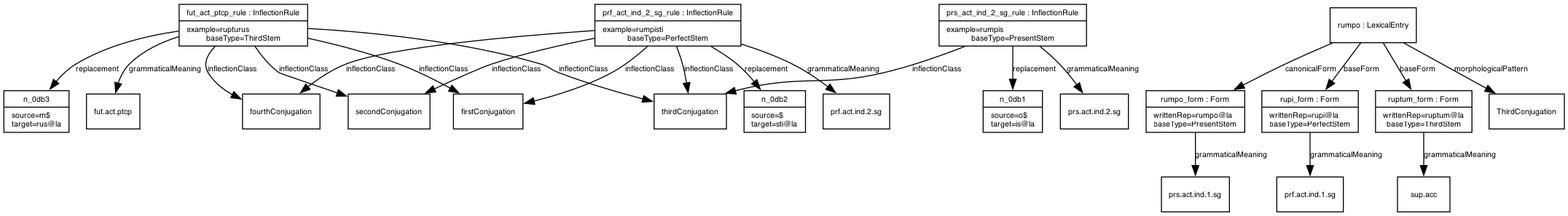
The Graphviz diagram examples/example_16.png in ontolex/morph, before a commit. Its source is kept beside it as examples/example_16.dot.
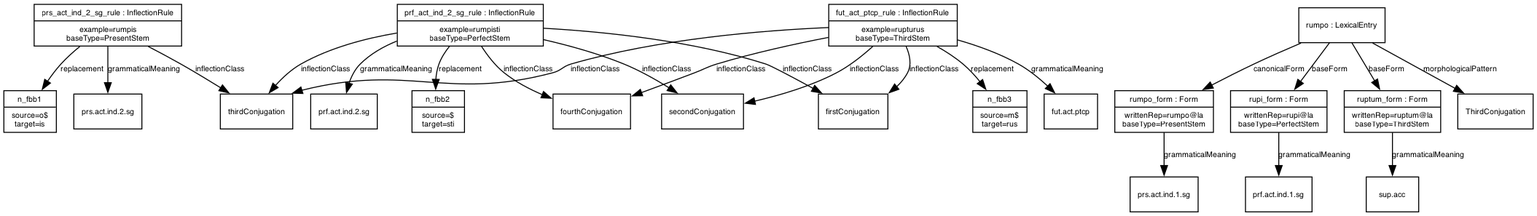
The same file after the commit.

Commit message:
Removed language tags from morph:source and morph:target in examples, added an explanation of that choice; removed an ambigious term "Tabular" to a morph:example definition. Fixes #61 and fixes #56

What changed in the source:
```diff
@@ -13,47 +13,47 @@
       fontsize = 8
     ]
 
-n_0db3 [ label="{n_0db3|source=m$\ltarget=rus@la}" ]
-fut_act_ptcp_rule -> n_0db3 [ label="replacement" ]
-firstConjugation [ label="{firstConjugation}" ]
-fut_act_ptcp_rule -> firstConjugation [ label="inflectionClass" ]
-secondConjugation [ label="{secondConjugation}" ]
-fut_act_ptcp_rule -> secondConjugation [ label="inflectionClass" ]
+n_fbb1 [ label="{n_fbb1|source=o$\ntarget=is}" ]
+prs_act_ind_2_sg_rule -> n_fbb1 [ label="replacement" ]
 thirdConjugation [ label="{thirdConjugation}" ]
-fut_act_ptcp_rule -> thirdConjugation [ label="inflectionClass" ]
-fourthConjugation [ label="{fourthConjugation}" ]
-fut_act_ptcp_rule -> fourthConjugation [ label="inflectionClass" ]
-futactptcp [ label="{fut.act.ptcp}" ]
-fut_act_ptcp_rule -> futactptcp [ label="grammaticalMeaning" ]
-fut_act_ptcp_rule [ label="{fut_act_ptcp_rule : InflectionRule|example=rupturus\lbaseType=ThirdStem}" ]
+prs_act_ind_2_sg_rule -> thirdConjugation [ label="inflectionClass" ]
+prsactind2sg [ label="{prs.act.ind.2.sg}" ]
+prs_act_ind_2_sg_rule -> prsactind2sg [ label="grammaticalMeaning" ]
+prs_act_ind_2_sg_rule [ label="{prs_act_ind_2_sg_rule : InflectionRule|example=rumpis\nbaseType=PresentStem}" ]
 prsactind1sg [ label="{prs.act.ind.1.sg}" ]
 rumpo_form -> prsactind1sg [ label="grammaticalMeaning" ]
-rumpo_form [ label="{rumpo_form : Form|writtenRep=rumpo@la\lbaseType=PresentStem}" ]
+rumpo_form [ label="{rumpo_form : Form|writtenRep=rumpo@la\nbaseType=PresentStem}" ]
 rumpo -> rumpo_form [ label="canonicalForm" ]
 prfactind1sg [ label="{prf.act.ind.1.sg}" ]
 rupi_form -> prfactind1sg [ label="grammaticalMeaning" ]
-rupi_form [ label="{rupi_form : Form|writtenRep=rupi@la\lbaseType=PerfectStem}" ]
+rupi_form [ label="{rupi_form : Form|writtenRep=rupi@la\nbaseType=PerfectStem}" ]
 rumpo -> rupi_form [ label="baseForm" ]
 supacc [ label="{sup.acc}" ]
 ruptum_form -> supacc [ label="grammaticalMeaning" ]
-ruptum_form [ label="{ruptum_form : Form|writtenRep=ruptum@la\lbaseType=ThirdStem}" ]
+ruptum_form [ label="{ruptum_form : Form|writtenRep=ruptum@la\nbaseType=ThirdStem}" ]
 rumpo -> ruptum_form [ label="baseForm" ]
 ThirdConjugation [ label="{ThirdConjugation}" ]
 rumpo -> ThirdConjugation [ label="morphologicalPattern" ]
 rumpo [ label="{rumpo : LexicalEntry}" ]
-n_0db2 [ label="{n_0db2|source=$\ltarget=sti@la}" ]
-prf_act_ind_2_sg_rule -> n_0db2 [ label="replacement" ]
+n_fbb2 [ label="{n_fbb2|source=$\ntarget=sti}" ]
+prf_act_ind_2_sg_rule -> n_fbb2 [ label="replacement" ]
+firstConjugation [ label="{firstConjugation}" ]
 prf_act_ind_2_sg_rule -> firstConjugation [ label="inflectionClass" ]
+secondConjugation [ label="{secondConjugation}" ]
 prf_act_ind_2_sg_rule -> secondConjugation [ label="inflectionClass" ]
 prf_act_ind_2_sg_rule -> thirdConjugation [ label="inflectionClass" ]
+fourthConjugation [ label="{fourthConjugation}" ]
 prf_act_ind_2_sg_rule -> fourthConjugation [ label="inflectionClass" ]
 prfactind2sg [ label="{prf.act.ind.2.sg}" ]
 prf_act_ind_2_sg_rule -> prfactind2sg [ label="grammaticalMeaning" ]
-prf_act_ind_2_sg_rule [ label="{prf_act_ind_2_sg_rule : InflectionRule|example=rumpisti\lbaseType=PerfectStem}" ]
-n_0db1 [ label="{n_0db1|source=o$\ltarget=is@la}" ]
-prs_act_ind_2_sg_rule -> n_0db1 [ label="replacement" ]
-prs_act_ind_2_sg_rule -> thirdConjugation [ label="inflectionClass" ]
-prsactind2sg [ label="{prs.act.ind.2.sg}" ]
-prs_act_ind_2_sg_rule -> prsactind2sg [ label="grammaticalMeaning" ]
-prs_act_ind_2_sg_rule [ label="{prs_act_ind_2_sg_rule : InflectionRule|example=rumpis\lbaseType=PresentStem}" ]
+prf_act_ind_2_sg_rule [ label="{prf_act_ind_2_sg_rule : InflectionRule|example=rumpisti\nbaseType=PerfectStem}" ]
+n_fbb3 [ label="{n_fbb3|source=m$\ntarget=rus}" ]
+fut_act_ptcp_rule -> n_fbb3 [ label="replacement" ]
+fut_act_ptcp_rule -> firstConjugation [ label="inflectionClass" ]
+fut_act_ptcp_rule -> secondConjugation [ label="inflectionClass" ]
+fut_act_ptcp_rule -> thirdConjugation [ label="inflectionClass" ]
+fut_act_ptcp_rule -> fourthConjugation [ label="inflectionClass" ]
+futactptcp [ label="{fut.act.ptcp}" ]
+fut_act_ptcp_rule -> futactptcp [ label="grammaticalMeaning" ]
+fut_act_ptcp_rule [ label="{fut_act_ptcp_rule : InflectionRule|example=rupturus\nbaseType=ThirdStem}" ]
 }
```
